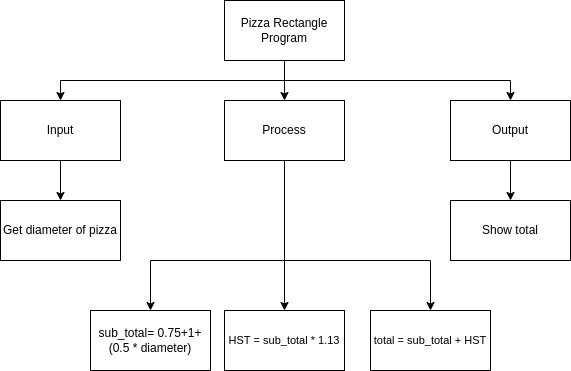
The draw.io diagram design.png in michael-clermont1/ICS3U-Unit2-04-Python, before a commit. Source tidied: cells renumbered, new cells last; positions are measured from the earlier drawing's top-left corner, leaving out a move shared by most shapes.
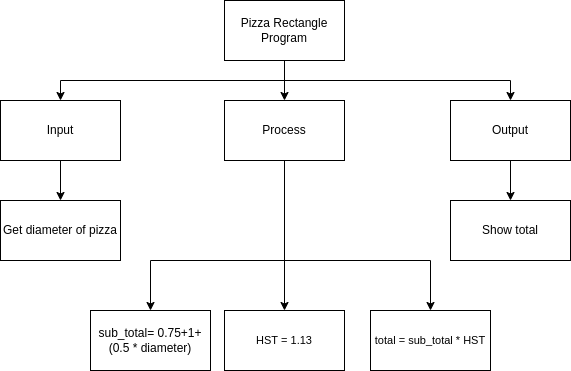
Later version of the same file.

Commit message:
edited design and flowchart

What changed in the source:
```diff
@@ -67,10 +67,10 @@
     <mxCell id="16" value="Show total" style="rounded=0;whiteSpace=wrap;html=1;" parent="1" vertex="1">
       <mxGeometry x="450" y="200" width="120" height="60" as="geometry" />
     </mxCell>
-    <mxCell id="17" value="HST = sub_total * 1.13" style="rounded=0;whiteSpace=wrap;html=1;fontFamily=Helvetica;fontSize=11;fontColor=default;" parent="1" vertex="1">
+    <mxCell id="17" value="HST = 1.13" style="rounded=0;whiteSpace=wrap;html=1;fontFamily=Helvetica;fontSize=11;fontColor=default;" parent="1" vertex="1">
       <mxGeometry x="224" y="310" width="120" height="60" as="geometry" />
     </mxCell>
-    <mxCell id="18" value="total = sub_total + HST" style="rounded=0;whiteSpace=wrap;html=1;fontFamily=Helvetica;fontSize=11;fontColor=default;" parent="1" vertex="1">
+    <mxCell id="18" value="total = sub_total * HST" style="rounded=0;whiteSpace=wrap;html=1;fontFamily=Helvetica;fontSize=11;fontColor=default;" parent="1" vertex="1">
       <mxGeometry x="370" y="310" width="120" height="60" as="geometry" />
     </mxCell>
   </root>
```
